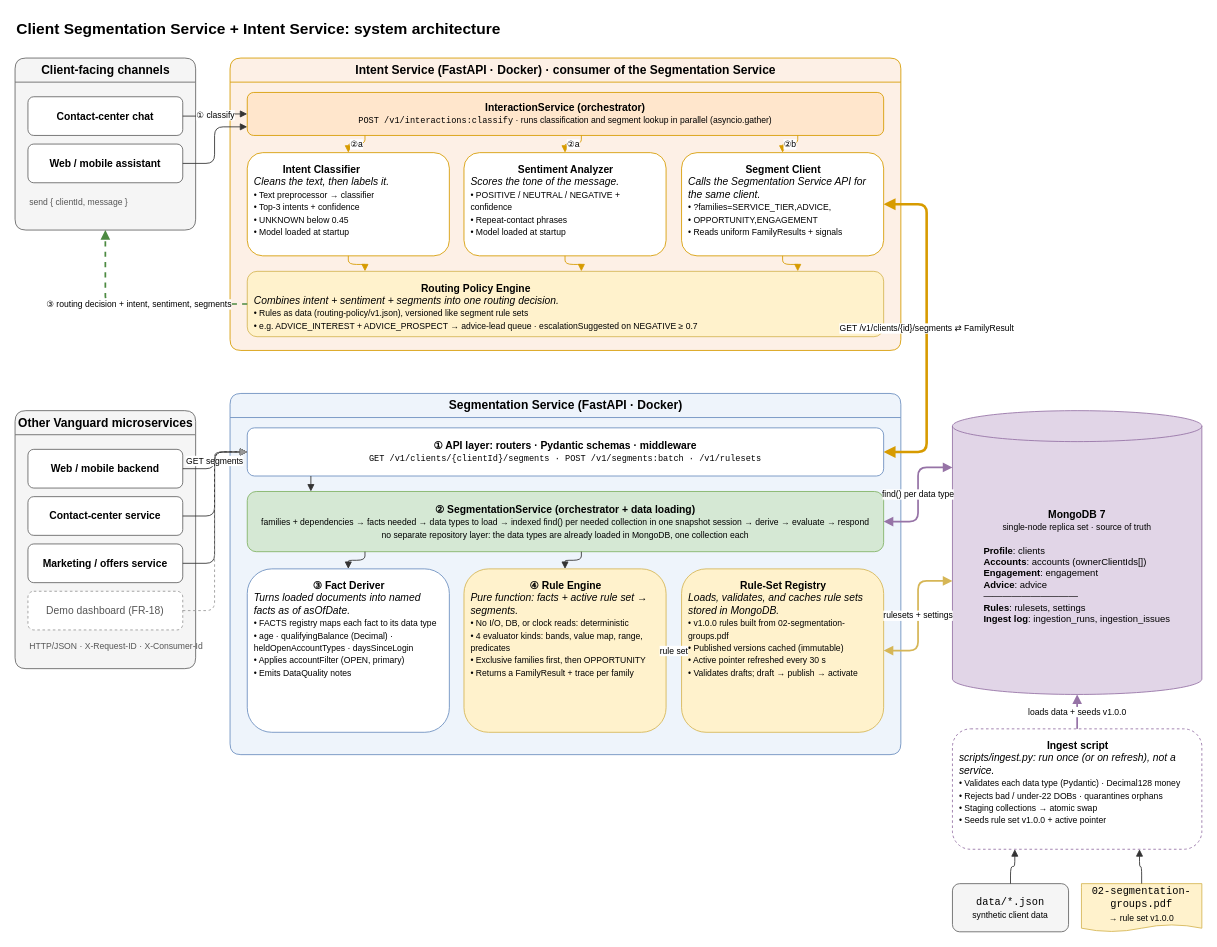
This is page "1. System architecture" (1 of 2) of docs/architecture.drawio from JustinGarvida/vanguard-css, a draw.io file, before an edit. Source tidied: cells renumbered, new cells numbered last; positions are measured from the earlier drawing's top-left corner, leaving out a move shared by most shapes. Both pictures are drawn from the tidied source at 86%, with x=0, y=0 at pixel (15, 15).
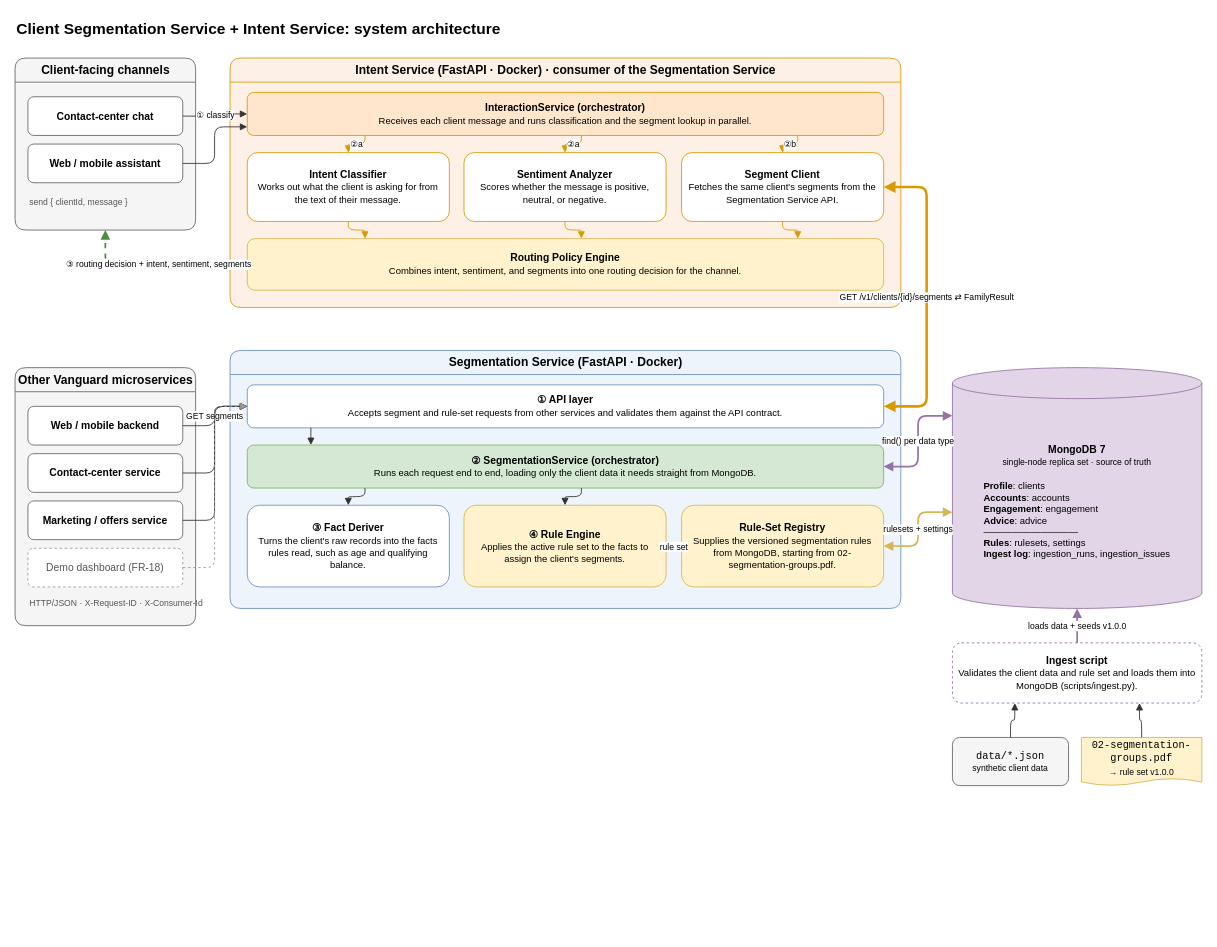
The same diagram, later.

Commit message (it also covers changes not shown here):
docs: simplify architecture diagram boxes to one-sentence descriptions

The change refers to these unchanged cells:
```xml
<mxCell id="3" value="Client-facing channels" style="swimlane;startSize=28;rounded=1;fontStyle=1;fontSize=14;html=1;fillColor=#f5f5f5;strokeColor=#666666;swimlaneFillColor=#f5f5f5;" parent="1" vertex="1">
  <mxGeometry y="50" width="210" height="200" as="geometry" />
</mxCell>
<mxCell id="14" value="&lt;b&gt;Web / mobile backend&lt;/b&gt;" style="rounded=1;whiteSpace=wrap;html=1;fillColor=#ffffff;strokeColor=#666666;" parent="13" vertex="1">
  <mxGeometry x="15" y="45" width="180" height="45" as="geometry" />
</mxCell>
<mxCell id="15" value="&lt;b&gt;Contact-center service&lt;/b&gt;" style="rounded=1;whiteSpace=wrap;html=1;fillColor=#ffffff;strokeColor=#666666;" parent="13" vertex="1">
  <mxGeometry x="15" y="100" width="180" height="45" as="geometry" />
</mxCell>
<mxCell id="16" value="&lt;b&gt;Marketing / offers service&lt;/b&gt;" style="rounded=1;whiteSpace=wrap;html=1;fillColor=#ffffff;strokeColor=#666666;" parent="13" vertex="1">
  <mxGeometry x="15" y="155" width="180" height="45" as="geometry" />
</mxCell>
<mxCell id="17" value="Demo dashboard (FR-18)" style="rounded=1;whiteSpace=wrap;html=1;fillColor=#ffffff;strokeColor=#999999;dashed=1;fontColor=#555555;" parent="13" vertex="1">
  <mxGeometry x="15" y="210" width="180" height="45" as="geometry" />
</mxCell>
```

What changed in the source:
```diff
@@
     <mxCell id="7" value="Intent Service (FastAPI · Docker) · consumer of the Segmentation Service" style="swimlane;startSize=28;rounded=1;fontStyle=1;fontSize=14;html=1;fillColor=#fdf0e6;strokeColor=#d79b00;swimlaneFillColor=#fdf0e6;" parent="1" vertex="1">
-      <mxGeometry x="250" y="50" width="780" height="340" as="geometry" />
+      <mxGeometry x="250" y="50" width="780" height="290" as="geometry" />
     </mxCell>
-    <mxCell id="8" value="&lt;b&gt;InteractionService (orchestrator)&lt;/b&gt;&lt;br&gt;&lt;font face=&quot;Courier New&quot; style=&quot;font-size:10px&quot;&gt;POST /v1/interactions:classify&lt;/font&gt;&lt;font style=&quot;font-size:10px&quot;&gt; · runs classification and segment lookup in parallel (asyncio.gather)&lt;/font&gt;" style="rounded=1;whiteSpace=wrap;html=1;fillColor=#ffe6cc;strokeColor=#d79b00;" parent="7" vertex="1">
+    <mxCell id="8" value="&lt;b&gt;InteractionService (orchestrator)&lt;/b&gt;&lt;br&gt;&lt;font style=&quot;font-size:11px&quot;&gt;Receives each client message and runs classification and the segment lookup in parallel.&lt;/font&gt;" style="rounded=1;whiteSpace=wrap;html=1;spacing=8;fillColor=#ffe6cc;strokeColor=#d79b00;" parent="7" vertex="1">
       <mxGeometry x="20" y="40" width="740" height="50" as="geometry" />
     </mxCell>
-    <mxCell id="9" value="&lt;div style=&quot;text-align:center&quot;&gt;&lt;b&gt;Intent Classifier&lt;/b&gt;&lt;/div&gt;&lt;i&gt;Cleans the text, then labels it.&lt;/i&gt;&lt;br&gt;&lt;font style=&quot;font-size:10px&quot;&gt;• Text preprocessor → classifier&lt;br&gt;• Top-3 intents + confidence&lt;br&gt;• UNKNOWN below 0.45&lt;br&gt;• Model loaded at startup&lt;/font&gt;" style="rounded=1;whiteSpace=wrap;html=1;align=left;verticalAlign=top;spacing=8;fillColor=#ffffff;strokeColor=#d79b00;" parent="7" vertex="1">
-      <mxGeometry x="20" y="110" width="235" height="120" as="geometry" />
+    <mxCell id="9" value="&lt;b&gt;Intent Classifier&lt;/b&gt;&lt;br&gt;&lt;font style=&quot;font-size:11px&quot;&gt;Works out what the client is asking for from the text of their message.&lt;/font&gt;" style="rounded=1;whiteSpace=wrap;html=1;spacing=8;fillColor=#ffffff;strokeColor=#d79b00;" parent="7" vertex="1">
+      <mxGeometry x="20" y="110" width="235" height="80" as="geometry" />
     </mxCell>
-    <mxCell id="10" value="&lt;div style=&quot;text-align:center&quot;&gt;&lt;b&gt;Sentiment Analyzer&lt;/b&gt;&lt;/div&gt;&lt;i&gt;Scores the tone of the message.&lt;/i&gt;&lt;br&gt;&lt;font style=&quot;font-size:10px&quot;&gt;• POSITIVE / NEUTRAL / NEGATIVE + confidence&lt;br&gt;• Repeat-contact phrases&lt;br&gt;• Model loaded at startup&lt;/font&gt;" style="rounded=1;whiteSpace=wrap;html=1;align=left;verticalAlign=top;spacing=8;fillColor=#ffffff;strokeColor=#d79b00;" parent="7" vertex="1">
-      <mxGeometry x="272" y="110" width="235" height="120" as="geometry" />
+    <mxCell id="10" value="&lt;b&gt;Sentiment Analyzer&lt;/b&gt;&lt;br&gt;&lt;font style=&quot;font-size:11px&quot;&gt;Scores whether the message is positive, neutral, or negative.&lt;/font&gt;" style="rounded=1;whiteSpace=wrap;html=1;spacing=8;fillColor=#ffffff;strokeColor=#d79b00;" parent="7" vertex="1">
+      <mxGeometry x="272" y="110" width="235" height="80" as="geometry" />
     </mxCell>
-    <mxCell id="11" value="&lt;div style=&quot;text-align:center&quot;&gt;&lt;b&gt;Segment Client&lt;/b&gt;&lt;/div&gt;&lt;i&gt;Calls the Segmentation Service API for the same client.&lt;/i&gt;&lt;br&gt;&lt;font style=&quot;font-size:10px&quot;&gt;• ?families=SERVICE_TIER,ADVICE,&lt;br&gt;• OPPORTUNITY,ENGAGEMENT&lt;br&gt;• Reads uniform FamilyResults + signals&lt;/font&gt;" style="rounded=1;whiteSpace=wrap;html=1;align=left;verticalAlign=top;spacing=8;fillColor=#ffffff;strokeColor=#d79b00;" parent="7" vertex="1">
-      <mxGeometry x="525" y="110" width="235" height="120" as="geometry" />
+    <mxCell id="11" value="&lt;b&gt;Segment Client&lt;/b&gt;&lt;br&gt;&lt;font style=&quot;font-size:11px&quot;&gt;Fetches the same client's segments from the Segmentation Service API.&lt;/font&gt;" style="rounded=1;whiteSpace=wrap;html=1;spacing=8;fillColor=#ffffff;strokeColor=#d79b00;" parent="7" vertex="1">
+      <mxGeometry x="525" y="110" width="235" height="80" as="geometry" />
     </mxCell>
-    <mxCell id="12" value="&lt;div style=&quot;text-align:center&quot;&gt;&lt;b&gt;Routing Policy Engine&lt;/b&gt;&lt;/div&gt;&lt;i&gt;Combines intent + sentiment + segments into one routing decision.&lt;/i&gt;&lt;br&gt;&lt;font style=&quot;font-size:10px&quot;&gt;• Rules as data (routing-policy/v1.json), versioned like segment rule sets&lt;br&gt;• e.g. ADVICE_INTEREST + ADVICE_PROSPECT → advice-lead queue · escalationSuggested on NEGATIVE ≥ 0.7&lt;/font&gt;" style="rounded=1;whiteSpace=wrap;html=1;align=left;verticalAlign=top;spacing=8;fillColor=#fff2cc;strokeColor=#d6b656;" parent="7" vertex="1">
-      <mxGeometry x="20" y="248" width="740" height="76" as="geometry" />
+    <mxCell id="12" value="&lt;b&gt;Routing Policy Engine&lt;/b&gt;&lt;br&gt;&lt;font style=&quot;font-size:11px&quot;&gt;Combines intent, sentiment, and segments into one routing decision for the channel.&lt;/font&gt;" style="rounded=1;whiteSpace=wrap;html=1;spacing=8;fillColor=#fff2cc;strokeColor=#d6b656;" parent="7" vertex="1">
+      <mxGeometry x="20" y="210" width="740" height="60" as="geometry" />
     </mxCell>
     <mxCell id="13" value="Other Vanguard microservices" style="swimlane;startSize=28;rounded=1;fontStyle=1;fontSize=14;html=1;fillColor=#f5f5f5;strokeColor=#666666;swimlaneFillColor=#f5f5f5;" parent="1" vertex="1">
-      <mxGeometry y="460" width="210" height="300" as="geometry" />
+      <mxGeometry y="410" width="210" height="300" as="geometry" />
     </mxCell>
@@
     <mxCell id="19" value="Segmentation Service (FastAPI · Docker)" style="swimlane;startSize=28;rounded=1;fontStyle=1;fontSize=14;html=1;fillColor=#eef4fb;strokeColor=#6c8ebf;swimlaneFillColor=#eef4fb;" parent="1" vertex="1">
-      <mxGeometry x="250" y="440" width="780" height="420" as="geometry" />
+      <mxGeometry x="250" y="390" width="780" height="300" as="geometry" />
     </mxCell>
-    <mxCell id="20" value="&lt;b&gt;① API layer: routers · Pydantic schemas · middleware&lt;/b&gt;&lt;br&gt;&lt;font face=&quot;Courier New&quot; style=&quot;font-size:10px&quot;&gt;GET /v1/clients/{clientId}/segments · POST /v1/segments:batch · /v1/rulesets&lt;/font&gt;" style="rounded=1;whiteSpace=wrap;html=1;fillColor=#ffffff;strokeColor=#6c8ebf;" parent="19" vertex="1">
-      <mxGeometry x="20" y="40" width="740" height="56" as="geometry" />
+    <mxCell id="20" value="&lt;b&gt;① API layer&lt;/b&gt;&lt;br&gt;&lt;font style=&quot;font-size:11px&quot;&gt;Accepts segment and rule-set requests from other services and validates them against the API contract.&lt;/font&gt;" style="rounded=1;whiteSpace=wrap;html=1;spacing=8;fillColor=#ffffff;strokeColor=#6c8ebf;" parent="19" vertex="1">
+      <mxGeometry x="20" y="40" width="740" height="50" as="geometry" />
     </mxCell>
-    <mxCell id="21" value="&lt;b&gt;② SegmentationService (orchestrator + data loading)&lt;/b&gt;&lt;br&gt;&lt;font style=&quot;font-size:10px&quot;&gt;families + dependencies → facts needed → data types to load → indexed find() per needed collection in one snapshot session → derive → evaluate → respond&lt;br&gt;no separate repository layer: the data types are already loaded in MongoDB, one collection each&lt;/font&gt;" style="rounded=1;whiteSpace=wrap;html=1;fillColor=#d5e8d4;strokeColor=#82b366;" parent="19" vertex="1">
-      <mxGeometry x="20" y="114" width="740" height="70" as="geometry" />
+    <mxCell id="21" value="&lt;b&gt;② SegmentationService (orchestrator)&lt;/b&gt;&lt;br&gt;&lt;font style=&quot;font-size:11px&quot;&gt;Runs each request end to end, loading only the client data it needs straight from MongoDB.&lt;/font&gt;" style="rounded=1;whiteSpace=wrap;html=1;spacing=8;fillColor=#d5e8d4;strokeColor=#82b366;" parent="19" vertex="1">
+      <mxGeometry x="20" y="110" width="740" height="50" as="geometry" />
     </mxCell>
-    <mxCell id="22" value="&lt;div style=&quot;text-align:center&quot;&gt;&lt;b&gt;③ Fact Deriver&lt;/b&gt;&lt;/div&gt;&lt;i&gt;Turns loaded documents into named facts as of asOfDate.&lt;/i&gt;&lt;br&gt;&lt;font style=&quot;font-size:10px&quot;&gt;• FACTS registry maps each fact to its data type&lt;br&gt;• age · qualifyingBalance (Decimal) · heldOpenAccountTypes · daysSinceLogin&lt;br&gt;• Applies accountFilter (OPEN, primary)&lt;br&gt;• Emits DataQuality notes&lt;/font&gt;" style="rounded=1;whiteSpace=wrap;html=1;align=left;verticalAlign=top;spacing=8;fillColor=#ffffff;strokeColor=#6c8ebf;" parent="19" vertex="1">
-      <mxGeometry x="20" y="204" width="235" height="190" as="geometry" />
+    <mxCell id="22" value="&lt;b&gt;③ Fact Deriver&lt;/b&gt;&lt;br&gt;&lt;font style=&quot;font-size:11px&quot;&gt;Turns the client's raw records into the facts rules read, such as age and qualifying balance.&lt;/font&gt;" style="rounded=1;whiteSpace=wrap;html=1;spacing=8;fillColor=#ffffff;strokeColor=#6c8ebf;" parent="19" vertex="1">
+      <mxGeometry x="20" y="180" width="235" height="95" as="geometry" />
     </mxCell>
-    <mxCell id="23" value="&lt;div style=&quot;text-align:center&quot;&gt;&lt;b&gt;④ Rule Engine&lt;/b&gt;&lt;/div&gt;&lt;i&gt;Pure function: facts + active rule set → segments.&lt;/i&gt;&lt;br&gt;&lt;font style=&quot;font-size:10px&quot;&gt;• No I/O, DB, or clock reads: deterministic&lt;br&gt;• 4 evaluator kinds: bands, value map, range, predicates&lt;br&gt;• Exclusive families first, then OPPORTUNITY&lt;br&gt;• Returns a FamilyResult + trace per family&lt;/font&gt;" style="rounded=1;whiteSpace=wrap;html=1;align=left;verticalAlign=top;spacing=8;fillColor=#fff2cc;strokeColor=#d6b656;" parent="19" vertex="1">
-      <mxGeometry x="272" y="204" width="235" height="190" as="geometry" />
+    <mxCell id="23" value="&lt;b&gt;④ Rule Engine&lt;/b&gt;&lt;br&gt;&lt;font style=&quot;font-size:11px&quot;&gt;Applies the active rule set to the facts to assign the client's segments.&lt;/font&gt;" style="rounded=1;whiteSpace=wrap;html=1;spacing=8;fillColor=#fff2cc;strokeColor=#d6b656;" parent="19" vertex="1">
+      <mxGeometry x="272" y="180" width="235" height="95" as="geometry" />
     </mxCell>
-    <mxCell id="24" value="&lt;div style=&quot;text-align:center&quot;&gt;&lt;b&gt;Rule-Set Registry&lt;/b&gt;&lt;/div&gt;&lt;i&gt;Loads, validates, and caches rule sets stored in MongoDB.&lt;/i&gt;&lt;br&gt;&lt;font style=&quot;font-size:10px&quot;&gt;• v1.0.0 rules built from 02-segmentation-groups.pdf&lt;br&gt;• Published versions cached (immutable)&lt;br&gt;• Active pointer refreshed every 30 s&lt;br&gt;• Validates drafts; draft → publish → activate&lt;/font&gt;" style="rounded=1;whiteSpace=wrap;html=1;align=left;verticalAlign=top;spacing=8;fillColor=#fff2cc;strokeColor=#d6b656;" parent="19" vertex="1">
-      <mxGeometry x="525" y="204" width="235" height="190" as="geometry" />
+    <mxCell id="24" value="&lt;b&gt;Rule-Set Registry&lt;/b&gt;&lt;br&gt;&lt;font style=&quot;font-size:11px&quot;&gt;Supplies the versioned segmentation rules from MongoDB, starting from 02-segmentation-groups.pdf.&lt;/font&gt;" style="rounded=1;whiteSpace=wrap;html=1;spacing=8;fillColor=#fff2cc;strokeColor=#d6b656;" parent="19" vertex="1">
+      <mxGeometry x="525" y="180" width="235" height="95" as="geometry" />
     </mxCell>
-    <mxCell id="25" value="&lt;b&gt;MongoDB 7&lt;/b&gt;&lt;br&gt;&lt;font style=&quot;font-size:10px&quot;&gt;single-node replica set · source of truth&lt;/font&gt;&lt;br&gt;&lt;br&gt;&lt;div style=&quot;text-align:left;font-size:11px&quot;&gt;&lt;b&gt;Profile&lt;/b&gt;: clients&lt;br&gt;&lt;b&gt;Accounts&lt;/b&gt;: accounts (ownerClientIds[])&lt;br&gt;&lt;b&gt;Engagement&lt;/b&gt;: engagement&lt;br&gt;&lt;b&gt;Advice&lt;/b&gt;: advice&lt;br&gt;――――――――――&lt;br&gt;&lt;b&gt;Rules&lt;/b&gt;: rulesets, settings&lt;br&gt;&lt;b&gt;Ingest log&lt;/b&gt;: ingestion_runs, ingestion_issues&lt;/div&gt;" style="shape=cylinder3;whiteSpace=wrap;html=1;boundedLbl=1;backgroundOutline=1;size=18;fillColor=#e1d5e7;strokeColor=#9673a6;" parent="1" vertex="1">
-      <mxGeometry x="1090" y="460" width="290" height="330" as="geometry" />
+    <mxCell id="25" value="&lt;b&gt;MongoDB 7&lt;/b&gt;&lt;br&gt;&lt;font style=&quot;font-size:10px&quot;&gt;single-node replica set · source of truth&lt;/font&gt;&lt;br&gt;&lt;br&gt;&lt;div style=&quot;text-align:left;font-size:11px&quot;&gt;&lt;b&gt;Profile&lt;/b&gt;: clients&lt;br&gt;&lt;b&gt;Accounts&lt;/b&gt;: accounts&lt;br&gt;&lt;b&gt;Engagement&lt;/b&gt;: engagement&lt;br&gt;&lt;b&gt;Advice&lt;/b&gt;: advice&lt;br&gt;――――――――――&lt;br&gt;&lt;b&gt;Rules&lt;/b&gt;: rulesets, settings&lt;br&gt;&lt;b&gt;Ingest log&lt;/b&gt;: ingestion_runs, ingestion_issues&lt;/div&gt;" style="shape=cylinder3;whiteSpace=wrap;html=1;boundedLbl=1;backgroundOutline=1;size=18;fillColor=#e1d5e7;strokeColor=#9673a6;" parent="1" vertex="1">
+      <mxGeometry x="1090" y="410" width="290" height="280" as="geometry" />
     </mxCell>
-    <mxCell id="26" value="&lt;div style=&quot;text-align:center&quot;&gt;&lt;b&gt;Ingest script&lt;/b&gt;&lt;/div&gt;&lt;i&gt;scripts/ingest.py: run once (or on refresh), not a service.&lt;/i&gt;&lt;br&gt;&lt;font style=&quot;font-size:10px&quot;&gt;• Validates each data type (Pydantic) · Decimal128 money&lt;br&gt;• Rejects bad / under-22 DOBs · quarantines orphans&lt;br&gt;• Staging collections → atomic swap&lt;br&gt;• Seeds rule set v1.0.0 + active pointer&lt;/font&gt;" style="rounded=1;whiteSpace=wrap;html=1;align=left;verticalAlign=top;spacing=8;fillColor=#ffffff;strokeColor=#9673a6;dashed=1;" parent="1" vertex="1">
-      <mxGeometry x="1090" y="830" width="290" height="140" as="geometry" />
+    <mxCell id="26" value="&lt;b&gt;Ingest script&lt;/b&gt;&lt;br&gt;&lt;font style=&quot;font-size:11px&quot;&gt;Validates the client data and rule set and loads them into MongoDB (scripts/ingest.py).&lt;/font&gt;" style="rounded=1;whiteSpace=wrap;html=1;spacing=8;fillColor=#ffffff;strokeColor=#9673a6;dashed=1;" parent="1" vertex="1">
+      <mxGeometry x="1090" y="730" width="290" height="70" as="geometry" />
     </mxCell>
     <mxCell id="27" value="&lt;font face=&quot;Courier New&quot;&gt;data/*.json&lt;/font&gt;&lt;br&gt;&lt;font style=&quot;font-size:10px&quot;&gt;synthetic client data&lt;/font&gt;" style="rounded=1;whiteSpace=wrap;html=1;fillColor=#f5f5f5;strokeColor=#666666;" parent="1" vertex="1">
-      <mxGeometry x="1090" y="1010" width="135" height="56" as="geometry" />
+      <mxGeometry x="1090" y="840" width="135" height="56" as="geometry" />
     </mxCell>
     <mxCell id="28" value="&lt;font face=&quot;Courier New&quot;&gt;02-segmentation-groups.pdf&lt;/font&gt;&lt;br&gt;&lt;font style=&quot;font-size:10px&quot;&gt;→ rule set v1.0.0&lt;/font&gt;" style="shape=document;whiteSpace=wrap;html=1;boundedLbl=1;size=0.15;fillColor=#fff2cc;strokeColor=#d6b656;" parent="1" vertex="1">
-      <mxGeometry x="1240" y="1010" width="140" height="56" as="geometry" />
+      <mxGeometry x="1240" y="840" width="140" height="56" as="geometry" />
     </mxCell>
@@
     <mxCell id="37" value="GET /v1/clients/{id}/segments ⇄ FamilyResult" style="edgeStyle=orthogonalEdgeStyle;rounded=1;html=1;fontSize=10;endArrow=block;labelBackgroundColor=#ffffff;strokeColor=#d79b00;strokeWidth=3;startArrow=block;exitX=1;exitY=0.5;exitDx=0;exitDy=0;entryX=1;entryY=0.5;entryDx=0;entryDy=0;" parent="1" edge="1" source="11" target="20">
       <mxGeometry relative="1" as="geometry">
         <Array as="points">
-          <mxPoint x="1060" y="220" />
-          <mxPoint x="1060" y="508" />
+          <mxPoint x="1060" y="200" />
+          <mxPoint x="1060" y="455" />
         </Array>
       </mxGeometry>
     </mxCell>
     <mxCell id="38" value="③ routing decision + intent, sentiment, segments" style="edgeStyle=orthogonalEdgeStyle;rounded=1;html=1;fontSize=10;endArrow=block;labelBackgroundColor=#ffffff;strokeColor=#4d8a42;strokeWidth=2;dashed=1;exitX=0;exitY=0.5;exitDx=0;exitDy=0;entryX=0.5;entryY=1;entryDx=0;entryDy=0;" parent="1" edge="1" source="12" target="3">
       <mxGeometry relative="1" as="geometry">
         <Array as="points">
-          <mxPoint x="105" y="336" />
+          <mxPoint x="105" y="290" />
         </Array>
       </mxGeometry>
     </mxCell>
     <mxCell id="39" value="GET segments" style="edgeStyle=orthogonalEdgeStyle;rounded=1;html=1;fontSize=10;endArrow=block;labelBackgroundColor=#ffffff;strokeColor=#333333;exitX=1;exitY=0.5;exitDx=0;exitDy=0;entryX=0;entryY=0.5;entryDx=0;entryDy=0;" parent="1" edge="1" source="14" target="20">
       <mxGeometry relative="1" as="geometry">
         <Array as="points">
-          <mxPoint x="232" y="527" />
-          <mxPoint x="232" y="508" />
+          <mxPoint x="232" y="477" />
+          <mxPoint x="232" y="455" />
         </Array>
       </mxGeometry>
     </mxCell>
     <mxCell id="40" style="edgeStyle=orthogonalEdgeStyle;rounded=1;html=1;fontSize=10;endArrow=block;labelBackgroundColor=#ffffff;strokeColor=#333333;exitX=1;exitY=0.5;exitDx=0;exitDy=0;entryX=0;entryY=0.5;entryDx=0;entryDy=0;" parent="1" edge="1" source="15" target="20">
       <mxGeometry relative="1" as="geometry">
         <Array as="points">
-          <mxPoint x="232" y="582" />
-          <mxPoint x="232" y="508" />
+          <mxPoint x="232" y="532" />
+          <mxPoint x="232" y="455" />
         </Array>
       </mxGeometry>
     </mxCell>
     <mxCell id="41" style="edgeStyle=orthogonalEdgeStyle;rounded=1;html=1;fontSize=10;endArrow=block;labelBackgroundColor=#ffffff;strokeColor=#333333;exitX=1;exitY=0.5;exitDx=0;exitDy=0;entryX=0;entryY=0.5;entryDx=0;entryDy=0;" parent="1" edge="1" source="16" target="20">
       <mxGeometry relative="1" as="geometry">
         <Array as="points">
-          <mxPoint x="232" y="637" />
-          <mxPoint x="232" y="508" />
+          <mxPoint x="232" y="587" />
+          <mxPoint x="232" y="455" />
         </Array>
       </mxGeometry>
     </mxCell>
     <mxCell id="42" style="edgeStyle=orthogonalEdgeStyle;rounded=1;html=1;fontSize=10;endArrow=block;labelBackgroundColor=#ffffff;strokeColor=#999999;dashed=1;exitX=1;exitY=0.5;exitDx=0;exitDy=0;entryX=0;entryY=0.5;entryDx=0;entryDy=0;" parent="1" edge="1" source="17" target="20">
       <mxGeometry relative="1" as="geometry">
         <Array as="points">
-          <mxPoint x="232" y="692" />
-          <mxPoint x="232" y="508" />
+          <mxPoint x="232" y="642" />
+          <mxPoint x="232" y="455" />
         </Array>
       </mxGeometry>
     </mxCell>
```
